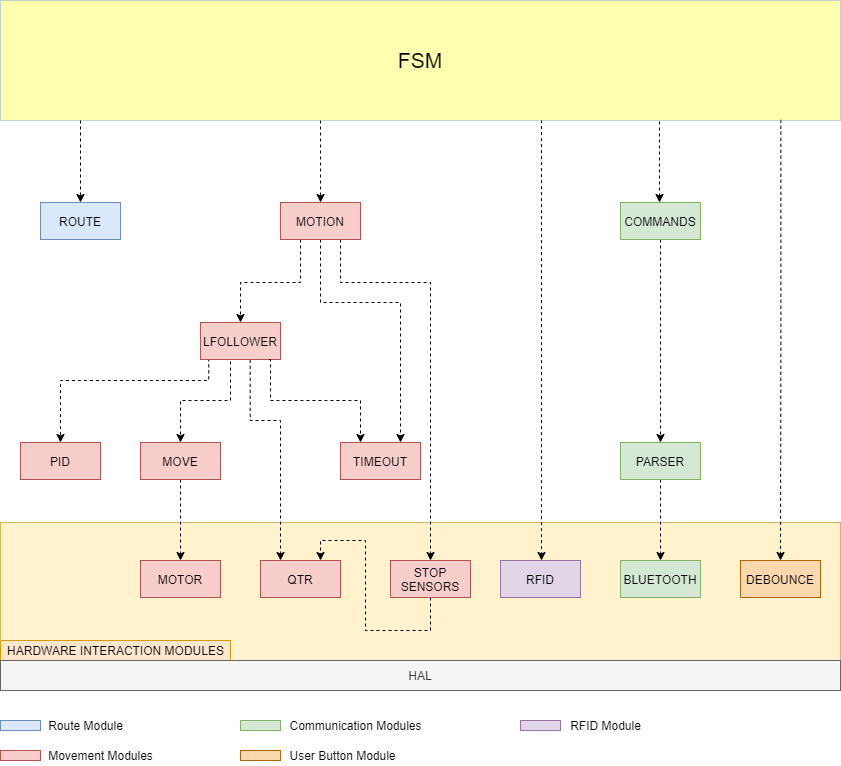
Earlier version of the draw.io export 03Flowcharts/Software_Modules.png (LPI-2020/DWR-19). Source tidied: cells renumbered, new cells last; positions are measured from the earlier drawing's top-left corner, leaving out a move shared by most shapes.
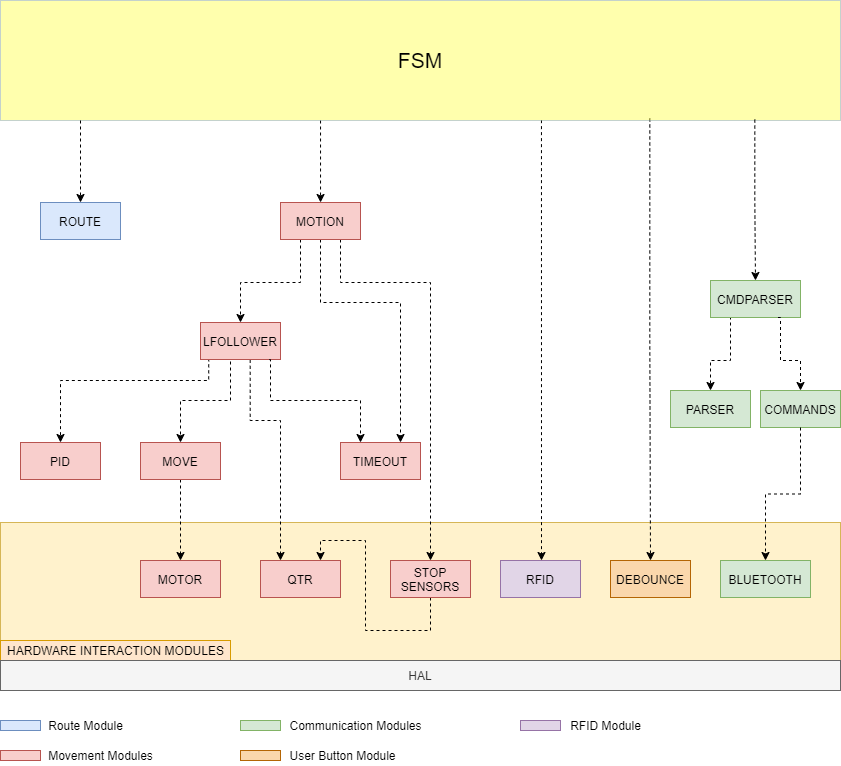
The same diagram one commit later.

Diff of the diagram source:
```diff
@@ -69,16 +69,22 @@
       <mxGeometry x="500" y="560" width="80" height="37" as="geometry" />
     </mxCell>
     <mxCell id="15" style="edgeStyle=orthogonalEdgeStyle;rounded=0;jettySize=auto;html=1;exitX=0.5;exitY=1;exitDx=0;exitDy=0;dashed=1;" parent="1" edge="1" source="30" target="16">
-      <mxGeometry relative="1" as="geometry" />
+      <mxGeometry relative="1" as="geometry">
+        <Array as="points">
+          <mxPoint x="730" y="317" />
+          <mxPoint x="730" y="360" />
+          <mxPoint x="710" y="360" />
+        </Array>
+      </mxGeometry>
     </mxCell>
-    <mxCell id="16" value="BLUETOOTH" style="rounded=0;whiteSpace=wrap;html=1;fillColor=#d5e8d4;strokeColor=#82b366;" parent="1" vertex="1">
-      <mxGeometry x="620" y="560" width="80" height="37" as="geometry" />
+    <mxCell id="16" value="PARSER" style="rounded=0;whiteSpace=wrap;html=1;fillColor=#d5e8d4;strokeColor=#82b366;" parent="1" vertex="1">
+      <mxGeometry x="670" y="390" width="80" height="37" as="geometry" />
     </mxCell>
-    <mxCell id="17" style="edgeStyle=orthogonalEdgeStyle;rounded=0;jettySize=auto;html=1;exitX=0.929;exitY=0.994;exitDx=0;exitDy=0;exitPerimeter=0;dashed=1;" parent="1" edge="1" source="28" target="18">
+    <mxCell id="17" style="edgeStyle=orthogonalEdgeStyle;rounded=0;jettySize=auto;html=1;exitX=0.773;exitY=0.983;exitDx=0;exitDy=0;exitPerimeter=0;dashed=1;" parent="1" edge="1" source="28" target="18">
       <mxGeometry relative="1" as="geometry" />
     </mxCell>
     <mxCell id="18" value="DEBOUNCE" style="rounded=0;whiteSpace=wrap;html=1;fillColor=#fad7ac;strokeColor=#b46504;" parent="1" vertex="1">
-      <mxGeometry x="740" y="560" width="80" height="37" as="geometry" />
+      <mxGeometry x="610" y="560" width="80" height="37" as="geometry" />
     </mxCell>
     <mxCell id="19" style="edgeStyle=orthogonalEdgeStyle;rounded=0;jettySize=auto;html=1;exitX=0.25;exitY=1;exitDx=0;exitDy=0;dashed=1;entryX=0.5;entryY=0;entryDx=0;entryDy=0;" parent="1" edge="1" source="22" target="20">
       <mxGeometry relative="1" as="geometry">
@@ -132,23 +138,23 @@
     <mxCell id="28" value="&lt;font style=&quot;font-size: 21px;&quot;&gt;FSM&lt;/font&gt;" style="rounded=0;whiteSpace=wrap;html=1;fontSize=21;strokeColor=#6c8ebf;fillColor=#FFFF33;opacity=40;" parent="1" vertex="1">
       <mxGeometry width="840" height="120" as="geometry" />
     </mxCell>
-    <mxCell id="29" style="edgeStyle=orthogonalEdgeStyle;rounded=0;jettySize=auto;html=1;exitX=0.5;exitY=1;exitDx=0;exitDy=0;dashed=1;" parent="1" edge="1" source="32" target="30">
-      <mxGeometry relative="1" as="geometry" />
-    </mxCell>
+    <mxCell id="47" style="edgeStyle=orthogonalEdgeStyle;rounded=0;jettySize=auto;html=1;exitX=0.898;exitY=0.992;exitDx=0;exitDy=0;entryX=0.5;entryY=0;entryDx=0;entryDy=0;dashed=1;exitPerimeter=0;" parent="1" edge="1" source="28" target="30">
+      <mxGeometry relative="1" as="geometry" />
+    </mxCell>
-    <mxCell id="30" value="PARSER" style="rounded=0;whiteSpace=wrap;html=1;fillColor=#d5e8d4;strokeColor=#82b366;" parent="1" vertex="1">
-      <mxGeometry x="620" y="442" width="80" height="37" as="geometry" />
+    <mxCell id="30" value="CMDPARSER" style="rounded=0;whiteSpace=wrap;html=1;fillColor=#d5e8d4;strokeColor=#82b366;" parent="1" vertex="1">
+      <mxGeometry x="710" y="280" width="90" height="37" as="geometry" />
     </mxCell>
-    <mxCell id="31" style="edgeStyle=orthogonalEdgeStyle;rounded=0;jettySize=auto;html=1;dashed=1;" parent="1" edge="1" target="32">
+    <mxCell id="31" style="edgeStyle=orthogonalEdgeStyle;rounded=0;jettySize=auto;html=1;dashed=1;exitX=0.75;exitY=1;exitDx=0;exitDy=0;" parent="1" edge="1" source="30" target="32">
       <mxGeometry relative="1" as="geometry">
-        <mxPoint x="659" y="121" as="sourcePoint" />
         <Array as="points">
-          <mxPoint x="659" y="220" />
-          <mxPoint x="659" y="220" />
+          <mxPoint x="780" y="317" />
+          <mxPoint x="780" y="360" />
+          <mxPoint x="800" y="360" />
         </Array>
       </mxGeometry>
     </mxCell>
     <mxCell id="32" value="COMMANDS" style="rounded=0;whiteSpace=wrap;html=1;fillColor=#d5e8d4;strokeColor=#82b366;" parent="1" vertex="1">
-      <mxGeometry x="620" y="202" width="80" height="37" as="geometry" />
+      <mxGeometry x="760" y="390" width="80" height="37" as="geometry" />
     </mxCell>
     <mxCell id="33" style="edgeStyle=orthogonalEdgeStyle;rounded=0;jettySize=auto;html=1;dashed=1;entryX=0.5;entryY=0;entryDx=0;entryDy=0;" parent="1" edge="1" target="35">
       <mxGeometry relative="1" as="geometry">
@@ -197,5 +203,11 @@
     <mxCell id="46" value="RFID Module" style="text;html=1;align=center;verticalAlign=middle;" parent="1" vertex="1">
       <mxGeometry x="560" y="715" width="90" height="20" as="geometry" />
     </mxCell>
+    <mxCell id="48" style="edgeStyle=orthogonalEdgeStyle;rounded=0;jettySize=auto;html=1;exitX=0.5;exitY=1;exitDx=0;exitDy=0;entryX=0.5;entryY=0;entryDx=0;entryDy=0;dashed=1;" parent="1" edge="1" source="32" target="49">
+      <mxGeometry relative="1" as="geometry" />
+    </mxCell>
+    <mxCell id="49" value="BLUETOOTH" style="rounded=0;whiteSpace=wrap;html=1;fillColor=#d5e8d4;strokeColor=#82b366;" parent="1" vertex="1">
+      <mxGeometry x="720" y="560" width="90" height="37" as="geometry" />
+    </mxCell>
   </root>
 </mxGraphModel>
```
